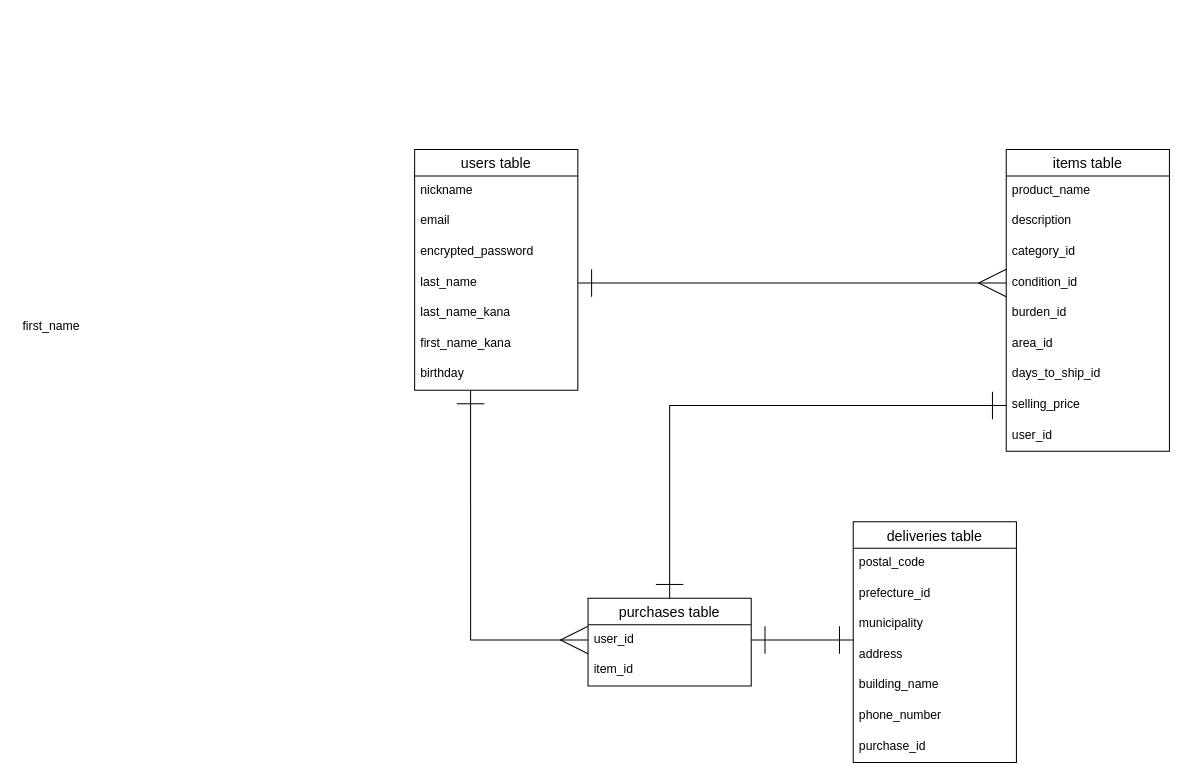
ft529y/furima-36416 keeps this draw.io diagram as furima.dio. Above is the earlier version. Source tidied: cells renumbered, new cells numbered last; positions are measured from the earlier drawing's top-left corner, leaving out a move shared by most shapes. Both pictures are drawn from the tidied source at 102%, with x=0, y=0 at pixel (16, 149).
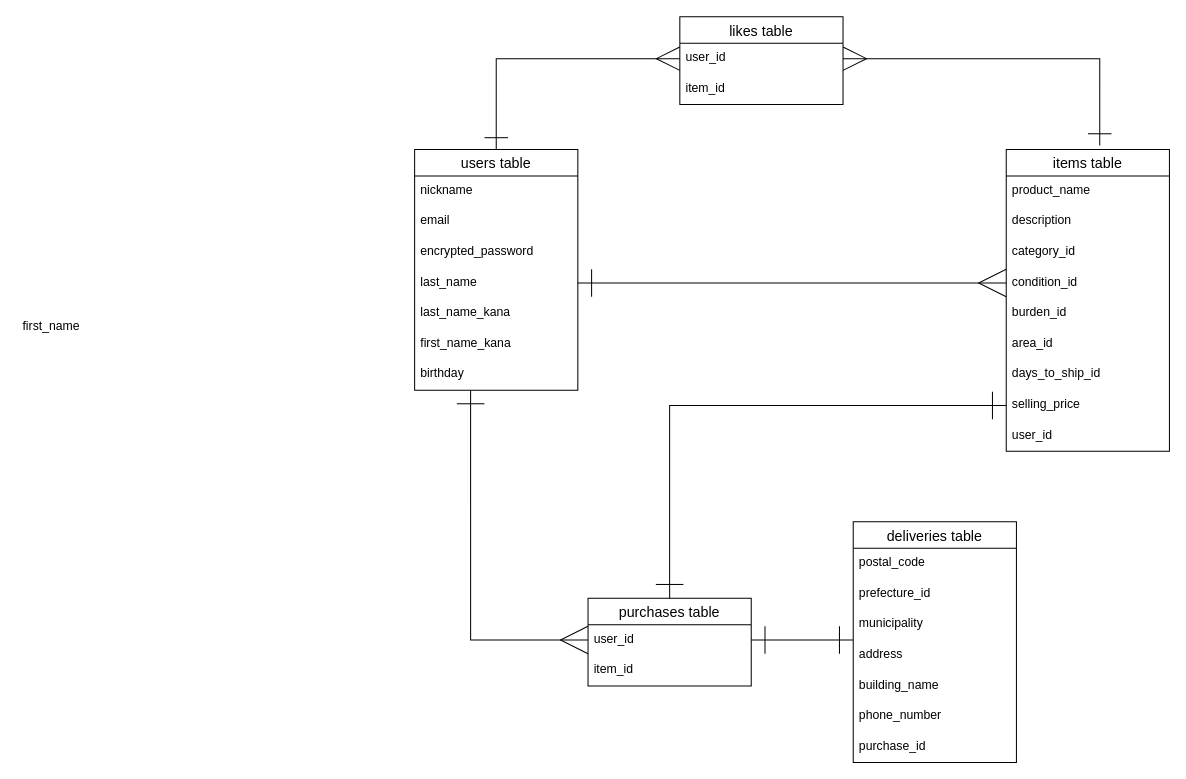
The same page after the edit.

The change refers to these unchanged cells:
```xml
<mxCell id="2" value="items table" style="swimlane;fontStyle=0;horizontal=1;startSize=26;align=center;fontSize=14;" parent="1" vertex="1">
  <mxGeometry x="970" width="160" height="296" as="geometry" />
</mxCell>
<mxCell id="12" value="users table" style="swimlane;fontStyle=0;horizontal=1;startSize=26;align=center;fontSize=14;" parent="1" vertex="1">
  <mxGeometry x="390" width="160" height="236" as="geometry" />
</mxCell>
```

Change to the diagram source:
```diff
@@
+    <mxCell id="36" value="likes table" style="swimlane;fontStyle=0;horizontal=1;startSize=26;align=center;fontSize=14;" parent="1" vertex="1">
+      <mxGeometry x="650" y="-130" width="160" height="86" as="geometry" />
+    </mxCell>
+    <mxCell id="37" value="user_id" style="text;strokeColor=none;fillColor=none;spacingLeft=4;spacingRight=4;overflow=hidden;points=[[0,0.5],[1,0.5]];portConstraint=eastwest;fontSize=12;" parent="36" vertex="1">
+      <mxGeometry y="26" width="160" height="30" as="geometry" />
+    </mxCell>
+    <mxCell id="38" value="item_id" style="text;strokeColor=none;fillColor=none;spacingLeft=4;spacingRight=4;overflow=hidden;fontSize=12;" parent="36" vertex="1">
+      <mxGeometry y="56" width="160" height="30" as="geometry" />
+    </mxCell>
+    <mxCell id="39" style="edgeStyle=orthogonalEdgeStyle;rounded=0;orthogonalLoop=1;jettySize=auto;html=1;exitX=1;exitY=0.5;exitDx=0;exitDy=0;entryX=1;entryY=0.5;entryDx=0;entryDy=0;" parent="36" edge="1" source="37" target="37">
+      <mxGeometry relative="1" as="geometry" />
+    </mxCell>
+    <mxCell id="40" style="edgeStyle=orthogonalEdgeStyle;rounded=0;jettySize=auto;html=1;exitX=0;exitY=0.5;exitDx=0;exitDy=0;entryX=0.5;entryY=0;entryDx=0;entryDy=0;targetPerimeterSpacing=6;sourcePerimeterSpacing=6;endSize=21;startSize=21;endArrow=ERone;endFill=0;startArrow=ERmany;startFill=0;" parent="1" edge="1" source="37" target="12">
+      <mxGeometry relative="1" as="geometry" />
+    </mxCell>
+    <mxCell id="41" style="edgeStyle=orthogonalEdgeStyle;rounded=0;jettySize=auto;html=1;exitX=1;exitY=0.5;exitDx=0;exitDy=0;entryX=0.573;entryY=-0.013;entryDx=0;entryDy=0;entryPerimeter=0;endArrow=ERone;endFill=0;startArrow=ERmany;startFill=0;targetPerimeterSpacing=6;endSize=21;sourcePerimeterSpacing=6;startSize=21;" parent="1" edge="1" source="37" target="2">
+      <mxGeometry relative="1" as="geometry" />
+    </mxCell>
```
